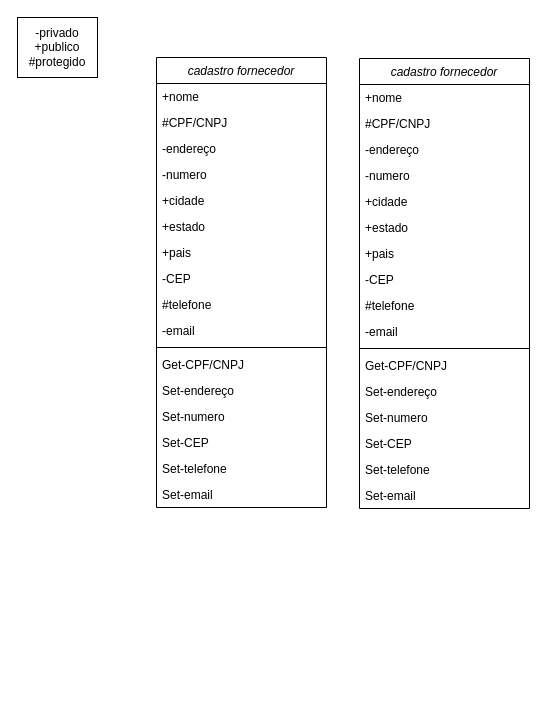
Above: doc/classes.drawio in marieduas/fluxograma_ (draw.io), before the change. Source tidied: cells renumbered, new cells numbered last; positions are measured from the earlier drawing's top-left corner, leaving out a move shared by most shapes. Both pictures are drawn from the tidied source at 100%, with x=0, y=0 at pixel (17, 17).
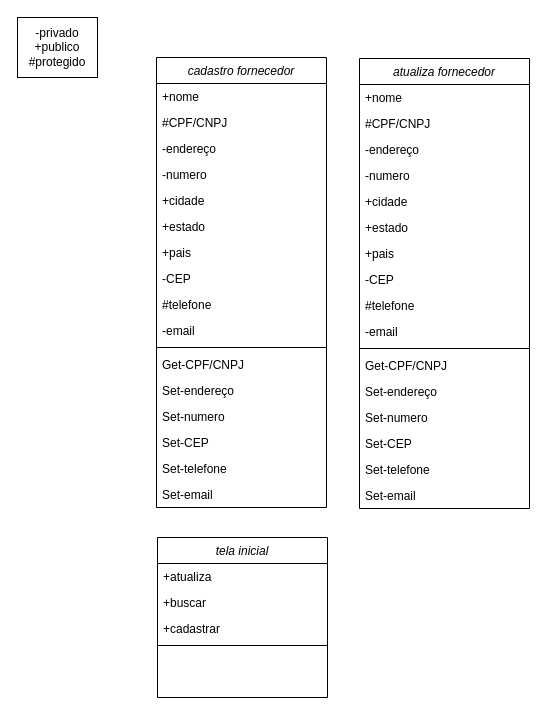
After the change.

Diff of the diagram source:
```diff
@@
-    <mxCell id="21" value="cadastro fornecedor" style="swimlane;fontStyle=2;align=center;verticalAlign=top;horizontal=1;startSize=26;rounded=0;shadow=0;strokeWidth=1;" parent="1" vertex="1">
+    <mxCell id="21" value="atualiza fornecedor" style="swimlane;fontStyle=2;align=center;verticalAlign=top;horizontal=1;startSize=26;rounded=0;shadow=0;strokeWidth=1;" parent="1" vertex="1">
       <mxGeometry x="342" y="41" width="170" height="450" as="geometry" />
     </mxCell>
@@
+    <mxCell id="39" value="tela inicial" style="swimlane;fontStyle=2;align=center;verticalAlign=top;horizontal=1;startSize=26;rounded=0;shadow=0;strokeWidth=1;" parent="1" vertex="1">
+      <mxGeometry x="140" y="520" width="170" height="160" as="geometry" />
+    </mxCell>
+    <mxCell id="40" value="+atualiza" style="text;align=left;verticalAlign=top;spacingLeft=4;spacingRight=4;overflow=hidden;" parent="39" vertex="1">
+      <mxGeometry y="26" width="170" height="26" as="geometry" />
+    </mxCell>
+    <mxCell id="41" value="+buscar" style="text;align=left;verticalAlign=top;spacingLeft=4;spacingRight=4;overflow=hidden;rounded=0;shadow=0;html=0;" parent="39" vertex="1">
+      <mxGeometry y="52" width="170" height="26" as="geometry" />
+    </mxCell>
+    <mxCell id="42" value="+cadastrar" style="text;align=left;verticalAlign=top;spacingLeft=4;spacingRight=4;overflow=hidden;rounded=0;shadow=0;html=0;" parent="39" vertex="1">
+      <mxGeometry y="78" width="170" height="26" as="geometry" />
+    </mxCell>
+    <mxCell id="43" style="line;html=1;strokeWidth=1;align=left;verticalAlign=middle;spacingTop=-1;spacingLeft=3;spacingRight=3;labelPosition=right;" parent="39" vertex="1">
+      <mxGeometry y="104" width="170" height="8" as="geometry" />
+    </mxCell>
```
